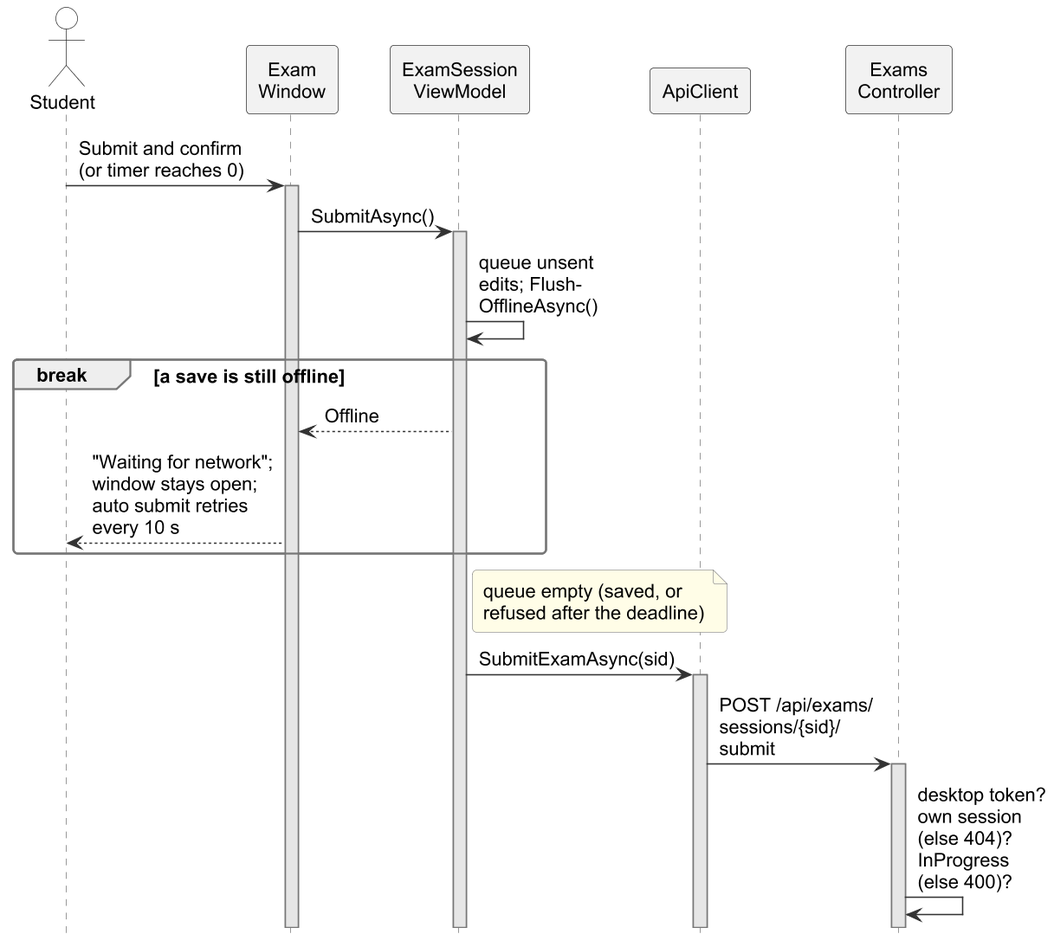
Before: important docs/fyp_doc_3chatp/Figures/seq_submission.png, a diagram exported from PlantUML (Haiderali27-hub/AI-Lab-Monitoring-). Its source is kept beside it as important docs/fyp_doc_3chatp/Figures/src/seq_submission.puml.
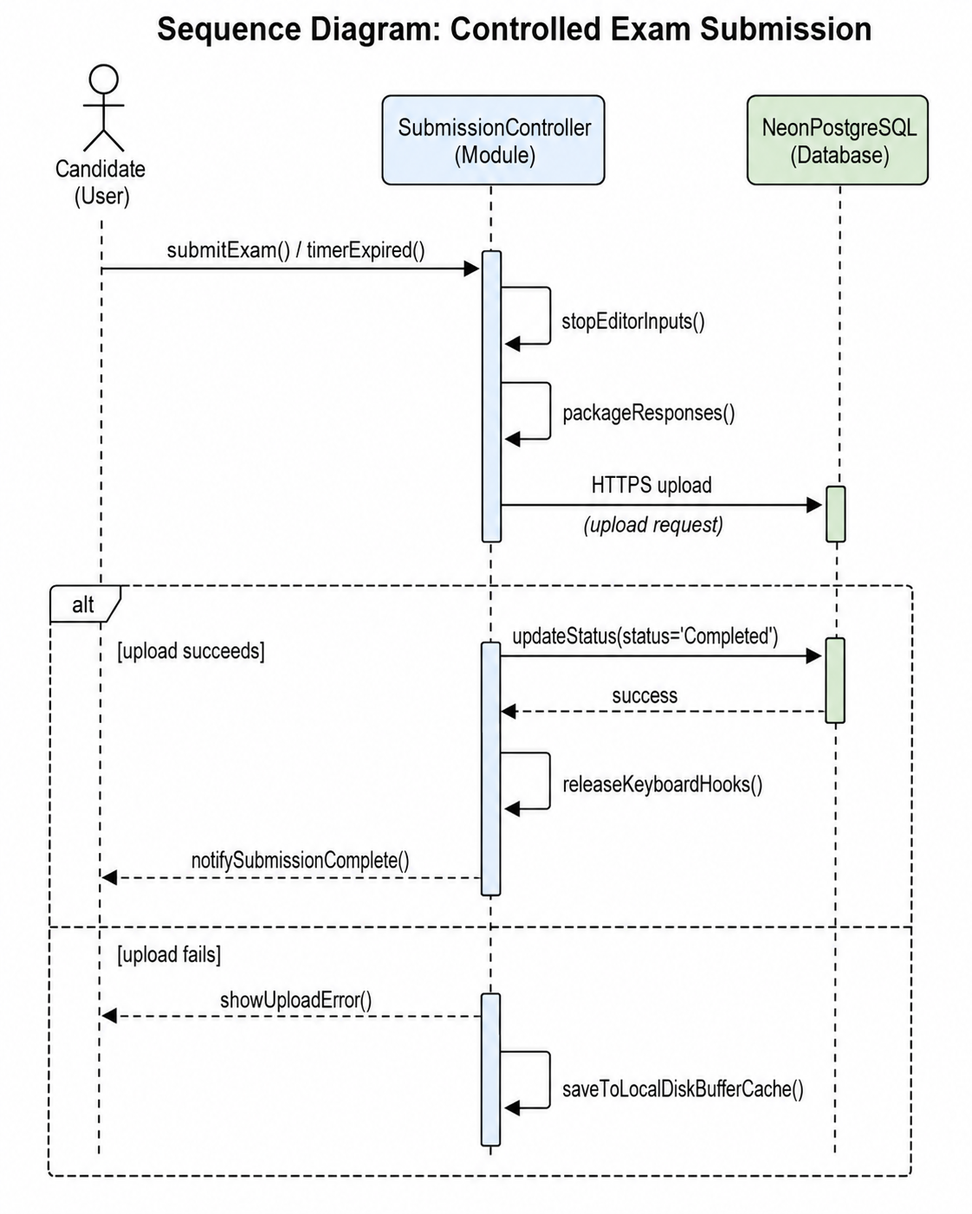
The same file after the commit.

Change to the diagram source:
```diff
@@ -6,7 +6,6 @@
 hide unlinked
 skinparam ParticipantPadding 2
 skinparam BoxPadding 0
-skinparam maxMessageSize 200
 skinparam sequence {
   MessageAlign left
   LifeLineBackgroundColor #E6E6E6
@@ -17,22 +16,19 @@
 participant "ExamSession\nViewModel" as VM
 participant "ApiClient" as API
 participant "Exams\nController" as EC
-participant "Submission\nService" as SS
-database "AppDb\nContext" as DB
 
-Student -> EW : Submit and confirm\n(or timer reaches 0)
+Student -> EW : Submit and confirm\n(or timer ends)
 activate EW
-EW -> VM : SubmitAsync()
+EW -> VM : submit
 activate VM
-VM -> VM : queue unsent\nedits; Flush-\nOfflineAsync()
+VM -> VM : send unsent\nsaves first
 break a save is still offline
   VM --> EW : Offline
-  EW --> Student : "Waiting for network";\nwindow stays open;\nauto submit retries\nevery 10 s
+  EW --> Student : "Waiting for network";\nwindow stays open
 end
-  note right of VM : queue empty (saved, or\nrefused after the deadline)
-  VM -> API : SubmitExamAsync(sid)
-  activate API
-  API -> EC : POST /api/exams/\nsessions/{sid}/\nsubmit
-  activate EC
-  EC -> EC : desktop token?\nown session\n(else 404)?\nInProgress\n(else 400)?
+VM -> API : submit exam
+activate API
+API -> EC : POST submit
+activate EC
+EC -> EC : desktop app?\nown session?\nin progress?
 @enduml
```
